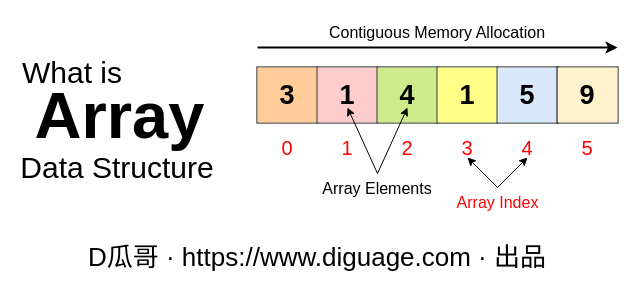
diguage/www.diguage.com keeps this draw.io diagram as page "数组" (7 of 12) of static/diagrams/data-structures.drawio. Above is the earlier version. Source tidied: cells renumbered, new cells numbered last; positions are measured from the earlier drawing's top-left corner, leaving out a move shared by most shapes. Both pictures are drawn from the tidied source at 100%, with x=0, y=0 at pixel (17, 17).
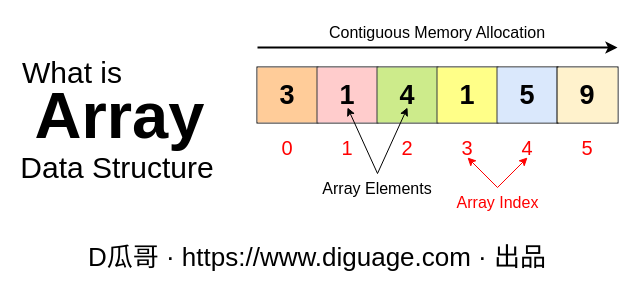
The same page after the edit.

What changed in the source:
```diff
@@
-    <mxCell id="27" style="group;fontColor=#ff0000;" parent="1" vertex="1">
+    <mxCell id="27" style="group;fontColor=#ff0000;dashed=1;" parent="1" vertex="1">
       <mxGeometry x="450" y="140" width="60" height="30" as="geometry" />
     </mxCell>
-    <mxCell id="28" style="endArrow=classic;html=1;rounded=0;" parent="27" edge="1">
+    <mxCell id="28" style="endArrow=classic;html=1;rounded=0;strokeColor=#ff0000;" parent="27" edge="1">
       <mxGeometry relative="1" as="geometry">
         <mxPoint x="30" y="30" as="sourcePoint" />
         <mxPoint x="60" as="targetPoint" />
       </mxGeometry>
     </mxCell>
-    <mxCell id="29" style="endArrow=classic;html=1;rounded=0;" parent="27" edge="1">
+    <mxCell id="29" style="endArrow=classic;html=1;rounded=0;strokeColor=#ff0000;" parent="27" edge="1">
       <mxGeometry relative="1" as="geometry">
         <mxPoint x="30" y="30" as="sourcePoint" />
         <mxPoint as="targetPoint" />
       </mxGeometry>
     </mxCell>
```
